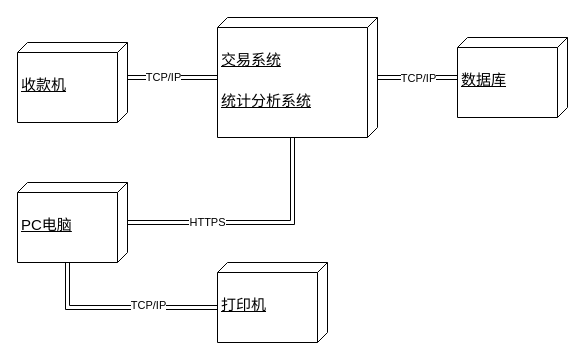
Before: 部署图.drawio in lw2003paul/book, a draw.io diagram. Source tidied: cells renumbered, new cells numbered last; positions are measured from the earlier drawing's top-left corner, leaving out a move shared by most shapes. Both pictures are drawn from the tidied source at 100%, with x=0, y=0 at pixel (17, 17).
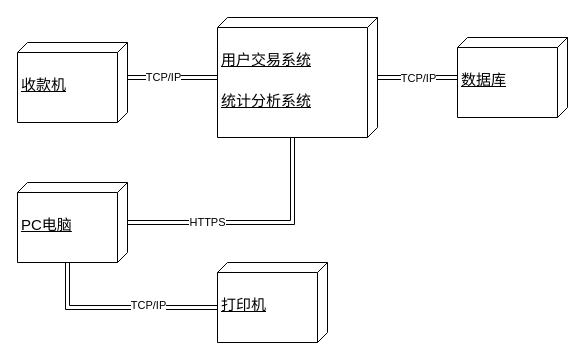
After the change.

Commit message:
更新部署图.drawio

Diff of the diagram source:
```diff
@@
 <mxGraphModel>
   <root>
     <mxCell id="0" />
     <mxCell id="1" parent="0" />
     <mxCell id="2" style="edgeStyle=orthogonalEdgeStyle;rounded=0;jettySize=auto;html=1;exitX=0;exitY=0;exitDx=35;exitDy=0;exitPerimeter=0;shape=link;" parent="1" edge="1" source="4" target="12">
       <mxGeometry relative="1" as="geometry" />
     </mxCell>
     <mxCell id="3" value="TCP/IP" style="edgeLabel;html=1;align=center;verticalAlign=middle;" parent="2" vertex="1">
       <mxGeometry x="-0.22" y="1" relative="1" as="geometry" />
     </mxCell>
     <mxCell id="4" value="&lt;p style=&quot;line-height: 170% ; font-size: 15px&quot;&gt;收款机&lt;/p&gt;" style="verticalAlign=top;align=left;spacingTop=8;spacingLeft=2;spacingRight=12;shape=cube;size=10;direction=south;fontStyle=4;html=1;" parent="1" vertex="1">
       <mxGeometry y="25" width="110" height="80" as="geometry" />
     </mxCell>
     <mxCell id="5" value="&lt;p style=&quot;line-height: 170% ; font-size: 15px&quot;&gt;打印机&lt;/p&gt;" style="verticalAlign=top;align=left;spacingTop=8;spacingLeft=2;spacingRight=12;shape=cube;size=10;direction=south;fontStyle=4;html=1;" parent="1" vertex="1">
       <mxGeometry x="200" y="245" width="110" height="80" as="geometry" />
     </mxCell>
     <mxCell id="6" value="HTTPS" style="edgeStyle=orthogonalEdgeStyle;shape=link;rounded=0;jettySize=auto;html=1;entryX=0;entryY=0;entryDx=120;entryDy=85;entryPerimeter=0;" parent="1" edge="1" source="9" target="12">
       <mxGeometry x="-0.36" relative="1" as="geometry" />
     </mxCell>
     <mxCell id="7" style="edgeStyle=orthogonalEdgeStyle;shape=link;rounded=0;jettySize=auto;html=1;entryX=0;entryY=0;entryDx=45;entryDy=110;entryPerimeter=0;exitX=0;exitY=0;exitDx=80;exitDy=60;exitPerimeter=0;" parent="1" edge="1" source="9" target="5">
       <mxGeometry relative="1" as="geometry" />
     </mxCell>
     <mxCell id="8" value="TCP/IP" style="edgeLabel;html=1;align=center;verticalAlign=middle;" parent="7" vertex="1">
       <mxGeometry x="-0.08" y="3" relative="1" as="geometry">
         <mxPoint x="35" as="offset" />
       </mxGeometry>
     </mxCell>
     <mxCell id="9" value="&lt;p style=&quot;line-height: 170% ; font-size: 15px&quot;&gt;PC电脑&lt;/p&gt;" style="verticalAlign=top;align=left;spacingTop=8;spacingLeft=2;spacingRight=12;shape=cube;size=10;direction=south;fontStyle=4;html=1;" parent="1" vertex="1">
       <mxGeometry y="165" width="110" height="80" as="geometry" />
     </mxCell>
     <mxCell id="10" style="edgeStyle=orthogonalEdgeStyle;shape=link;rounded=0;jettySize=auto;html=1;" parent="1" edge="1" source="12" target="13">
       <mxGeometry relative="1" as="geometry" />
     </mxCell>
     <mxCell id="11" value="TCP/IP" style="edgeLabel;html=1;align=center;verticalAlign=middle;" parent="10" vertex="1">
       <mxGeometry x="-0.25" y="-4" relative="1" as="geometry">
         <mxPoint x="10" y="-4" as="offset" />
       </mxGeometry>
     </mxCell>
-    <mxCell id="12" value="&lt;p style=&quot;line-height: 170% ; font-size: 15px&quot;&gt;交易系统&lt;/p&gt;&lt;p style=&quot;line-height: 170% ; font-size: 15px&quot;&gt;统计分析系统&lt;/p&gt;&lt;p style=&quot;line-height: 170% ; font-size: 15px&quot;&gt;&lt;br&gt;&lt;/p&gt;" style="verticalAlign=top;align=left;spacingTop=8;spacingLeft=2;spacingRight=12;shape=cube;size=10;direction=south;fontStyle=4;html=1;" parent="1" vertex="1">
+    <mxCell id="12" value="&lt;p style=&quot;line-height: 170% ; font-size: 15px&quot;&gt;用户交易系统&lt;/p&gt;&lt;p style=&quot;line-height: 170% ; font-size: 15px&quot;&gt;统计分析系统&lt;/p&gt;&lt;p style=&quot;line-height: 170% ; font-size: 15px&quot;&gt;&lt;br&gt;&lt;/p&gt;" style="verticalAlign=top;align=left;spacingTop=8;spacingLeft=2;spacingRight=12;shape=cube;size=10;direction=south;fontStyle=4;html=1;" parent="1" vertex="1">
       <mxGeometry x="200" width="160" height="120" as="geometry" />
     </mxCell>
     <mxCell id="13" value="&lt;p style=&quot;line-height: 170% ; font-size: 15px&quot;&gt;数据库&lt;/p&gt;" style="verticalAlign=top;align=left;spacingTop=8;spacingLeft=2;spacingRight=12;shape=cube;size=10;direction=south;fontStyle=4;html=1;" parent="1" vertex="1">
       <mxGeometry x="440" y="20" width="110" height="80" as="geometry" />
     </mxCell>
   </root>
 </mxGraphModel>
```
